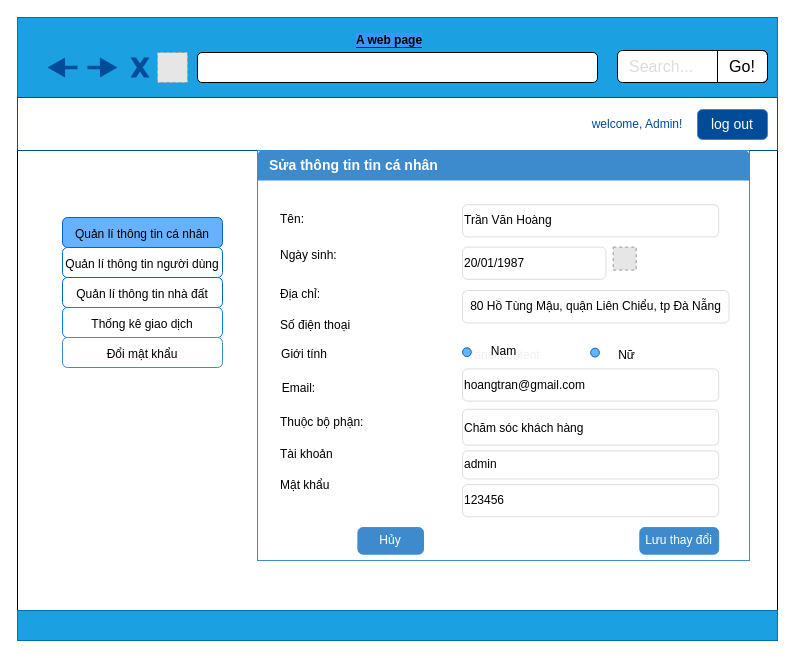
This is SuaThongTinAdmin.drawio from tramtruong98/use_case_diagram, a draw.io file, before an edit. Source tidied: cells renumbered, new cells numbered last; positions are measured from the earlier drawing's top-left corner, leaving out a move shared by most shapes. Both pictures are drawn from the tidied source at 100%, with x=0, y=0 at pixel (17, 17). Pictures stored in the file or linked from it are replaced by grey dashed boxes.
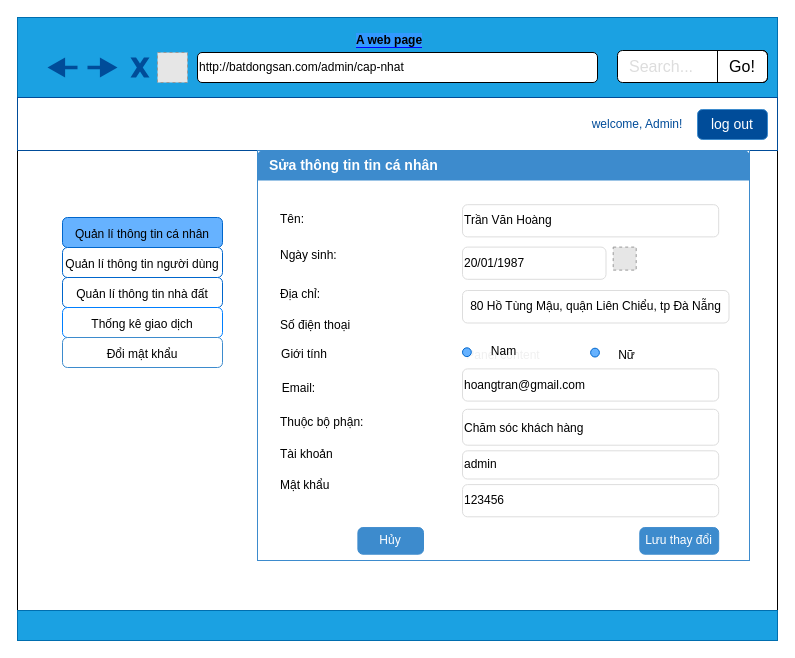
The same page after the edit.

Diff of the diagram source:
```diff
@@
-    <mxCell id="5" style="rounded=1;whiteSpace=wrap;html=1;" parent="1" vertex="1">
+    <mxCell id="5" value="http://batdongsan.com/admin/cap-nhat" style="rounded=1;whiteSpace=wrap;html=1;align=left;" parent="1" vertex="1">
       <mxGeometry x="180" y="35" width="400" height="30" as="geometry" />
     </mxCell>
```
